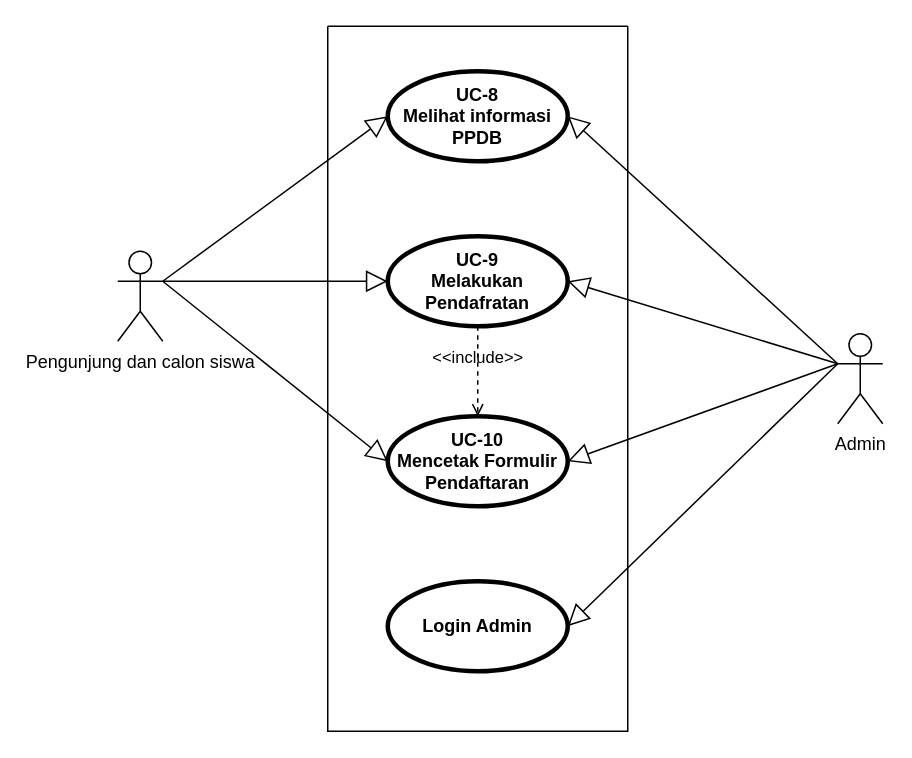
Earlier version of the draw.io diagram Usecase Pengunjung dan calon siswa.drawio (XxGembelxX/Rancangan_KP). Source tidied: cells renumbered, new cells numbered last; positions are measured from the earlier drawing's top-left corner, leaving out a move shared by most shapes. Both pictures are drawn from the tidied source at 150%, with x=0, y=0 at pixel (117, 26).
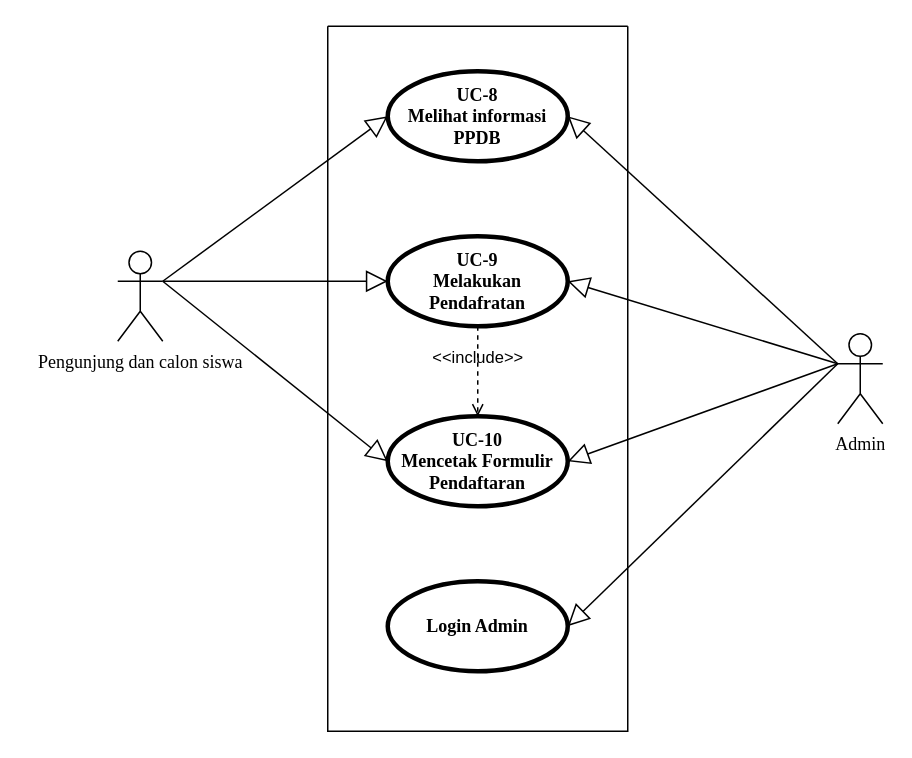
The same diagram, later.

Diff of the diagram source:
```diff
@@
 <mxGraphModel>
   <root>
     <mxCell id="0" />
     <mxCell id="1" parent="0" />
     <mxCell id="2" style="swimlane;startSize=0;" parent="1" vertex="1">
       <mxGeometry x="140" width="200" height="470" as="geometry" />
     </mxCell>
-    <mxCell id="3" value="UC-9&lt;br&gt;Melakukan Pendafratan" style="shape=ellipse;html=1;strokeWidth=3;fontStyle=1;whiteSpace=wrap;align=center;perimeter=ellipsePerimeter;" parent="2" vertex="1">
+    <mxCell id="3" value="&lt;font face=&quot;Times New Roman&quot;&gt;UC-9&lt;br&gt;Melakukan Pendafratan&lt;/font&gt;" style="shape=ellipse;html=1;strokeWidth=3;fontStyle=1;whiteSpace=wrap;align=center;perimeter=ellipsePerimeter;" parent="2" vertex="1">
       <mxGeometry x="40" y="140" width="120" height="60" as="geometry" />
     </mxCell>
-    <mxCell id="4" value="UC-10&lt;br&gt;Mencetak Formulir Pendaftaran" style="shape=ellipse;html=1;strokeWidth=3;fontStyle=1;whiteSpace=wrap;align=center;perimeter=ellipsePerimeter;" parent="2" vertex="1">
+    <mxCell id="4" value="&lt;font face=&quot;Times New Roman&quot;&gt;UC-10&lt;br&gt;Mencetak Formulir Pendaftaran&lt;/font&gt;" style="shape=ellipse;html=1;strokeWidth=3;fontStyle=1;whiteSpace=wrap;align=center;perimeter=ellipsePerimeter;" parent="2" vertex="1">
       <mxGeometry x="40" y="260" width="120" height="60" as="geometry" />
     </mxCell>
     <mxCell id="5" value="&amp;lt;&amp;lt;include&amp;gt;&amp;gt;" style="edgeStyle=none;html=1;endArrow=open;verticalAlign=bottom;dashed=1;labelBackgroundColor=none;rounded=0;exitX=0.5;exitY=1;exitDx=0;exitDy=0;entryX=0.5;entryY=0;entryDx=0;entryDy=0;" parent="2" edge="1" source="3" target="4">
       <mxGeometry relative="1" as="geometry" />
     </mxCell>
-    <mxCell id="6" value="UC-8&lt;br&gt;Melihat informasi PPDB" style="shape=ellipse;html=1;strokeWidth=3;fontStyle=1;whiteSpace=wrap;align=center;perimeter=ellipsePerimeter;" parent="2" vertex="1">
+    <mxCell id="6" value="&lt;font face=&quot;Times New Roman&quot;&gt;UC-8&lt;br&gt;Melihat informasi PPDB&lt;/font&gt;" style="shape=ellipse;html=1;strokeWidth=3;fontStyle=1;whiteSpace=wrap;align=center;perimeter=ellipsePerimeter;" parent="2" vertex="1">
       <mxGeometry x="40" y="30" width="120" height="60" as="geometry" />
     </mxCell>
-    <mxCell id="7" value="Login Admin" style="shape=ellipse;html=1;strokeWidth=3;fontStyle=1;whiteSpace=wrap;align=center;perimeter=ellipsePerimeter;" parent="2" vertex="1">
+    <mxCell id="7" value="&lt;font face=&quot;Times New Roman&quot;&gt;Login Admin&lt;/font&gt;" style="shape=ellipse;html=1;strokeWidth=3;fontStyle=1;whiteSpace=wrap;align=center;perimeter=ellipsePerimeter;" parent="2" vertex="1">
       <mxGeometry x="40" y="370" width="120" height="60" as="geometry" />
     </mxCell>
-    <mxCell id="8" value="Pengunjung dan calon siswa" style="shape=umlActor;html=1;verticalLabelPosition=bottom;verticalAlign=top;align=center;" parent="1" vertex="1">
+    <mxCell id="8" value="&lt;font face=&quot;Times New Roman&quot;&gt;Pengunjung dan calon siswa&lt;/font&gt;" style="shape=umlActor;html=1;verticalLabelPosition=bottom;verticalAlign=top;align=center;" parent="1" vertex="1">
       <mxGeometry y="150" width="30" height="60" as="geometry" />
     </mxCell>
     <mxCell id="9" style="edgeStyle=none;html=1;endArrow=block;endFill=0;endSize=12;verticalAlign=bottom;rounded=0;exitX=1;exitY=0.3333333333333333;exitDx=0;exitDy=0;exitPerimeter=0;entryX=0;entryY=0.5;entryDx=0;entryDy=0;" parent="1" edge="1" source="8" target="4">
       <mxGeometry relative="1" as="geometry" />
     </mxCell>
     <mxCell id="10" style="edgeStyle=none;html=1;endArrow=block;endFill=0;endSize=12;verticalAlign=bottom;rounded=0;exitX=1;exitY=0.3333333333333333;exitDx=0;exitDy=0;exitPerimeter=0;entryX=0;entryY=0.5;entryDx=0;entryDy=0;" parent="1" edge="1" source="8" target="3">
       <mxGeometry relative="1" as="geometry" />
     </mxCell>
     <mxCell id="11" style="edgeStyle=none;html=1;endArrow=block;endFill=0;endSize=12;verticalAlign=bottom;rounded=0;exitX=1;exitY=0.3333333333333333;exitDx=0;exitDy=0;exitPerimeter=0;entryX=0;entryY=0.5;entryDx=0;entryDy=0;" parent="1" edge="1" source="8" target="6">
       <mxGeometry relative="1" as="geometry" />
     </mxCell>
-    <mxCell id="12" value="Admin" style="shape=umlActor;html=1;verticalLabelPosition=bottom;verticalAlign=top;align=center;" parent="1" vertex="1">
+    <mxCell id="12" value="&lt;font face=&quot;Times New Roman&quot;&gt;Admin&lt;/font&gt;" style="shape=umlActor;html=1;verticalLabelPosition=bottom;verticalAlign=top;align=center;" parent="1" vertex="1">
       <mxGeometry x="480" y="205" width="30" height="60" as="geometry" />
     </mxCell>
     <mxCell id="13" style="edgeStyle=none;html=1;endArrow=block;endFill=0;endSize=12;verticalAlign=bottom;rounded=0;exitX=0;exitY=0.3333333333333333;exitDx=0;exitDy=0;exitPerimeter=0;entryX=1;entryY=0.5;entryDx=0;entryDy=0;" parent="1" edge="1" source="12" target="6">
       <mxGeometry relative="1" as="geometry" />
     </mxCell>
     <mxCell id="14" style="edgeStyle=none;html=1;endArrow=block;endFill=0;endSize=12;verticalAlign=bottom;rounded=0;exitX=0;exitY=0.3333333333333333;exitDx=0;exitDy=0;exitPerimeter=0;entryX=1;entryY=0.5;entryDx=0;entryDy=0;" parent="1" edge="1" source="12" target="3">
       <mxGeometry relative="1" as="geometry" />
     </mxCell>
     <mxCell id="15" style="edgeStyle=none;html=1;endArrow=block;endFill=0;endSize=12;verticalAlign=bottom;rounded=0;exitX=0;exitY=0.3333333333333333;exitDx=0;exitDy=0;exitPerimeter=0;entryX=1;entryY=0.5;entryDx=0;entryDy=0;" parent="1" edge="1" source="12" target="4">
       <mxGeometry relative="1" as="geometry" />
     </mxCell>
     <mxCell id="16" style="edgeStyle=none;html=1;endArrow=block;endFill=0;endSize=12;verticalAlign=bottom;rounded=0;exitX=0;exitY=0.3333333333333333;exitDx=0;exitDy=0;exitPerimeter=0;entryX=1;entryY=0.5;entryDx=0;entryDy=0;" parent="1" edge="1" source="12" target="7">
       <mxGeometry relative="1" as="geometry" />
     </mxCell>
   </root>
 </mxGraphModel>
```
